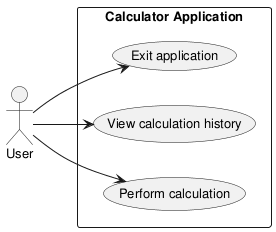
Earlier version of the PlantUML export experiments/pipeline/user_stories/calculator/artifacts/use_case_diagram.png (DanielRiha8906/Software_autoevolution_using_agents).
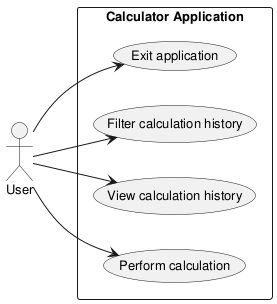
Later version of the same file.

Diff of the diagram source:
```diff
@@ -9,12 +9,14 @@
 rectangle "Calculator Application" {
     usecase "Perform calculation" as UC_Calc
     usecase "View calculation history" as UC_History
+    usecase "Filter calculation history" as UC_Filter
     usecase "Exit application" as UC_Exit
 
 }
 
 User --> UC_Calc
 User --> UC_History
+User --> UC_Filter
 User --> UC_Exit
 
 @enduml
```
